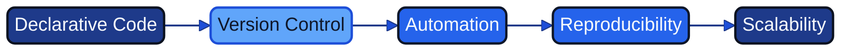
Before: docs/images/diagram_02_fundamental_principles.png, a diagram exported from Mermaid (Geonitab/architecture_as_code). Its source is kept beside it as docs/images/diagram_02_fundamental_principles.mmd. The source it was exported from:
```mermaid
graph LR
A[Declarative Code]:::geon-primary --> B[Version Control]:::geon-highlight
B --> C[Automation]:::geon-accent
C --> D[Reproducibility]:::geon-accent
D --> E[Scalability]:::geon-primary
```
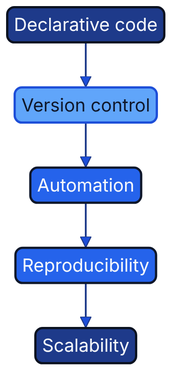
After the change.

Change to the diagram source:
```diff
@@ -1,5 +1,5 @@
-graph LR
-A[Declarative Code]:::geon-primary --> B[Version Control]:::geon-highlight
-B --> C[Automation]:::geon-accent
-C --> D[Reproducibility]:::geon-accent
-D --> E[Scalability]:::geon-primary
+flowchart TB
+    A["Declarative code"]:::geon-primary --> B["Version control"]:::geon-highlight
+    B --> C["Automation"]:::geon-accent
+    C --> D["Reproducibility"]:::geon-accent
+    D --> E["Scalability"]:::geon-primary
```
